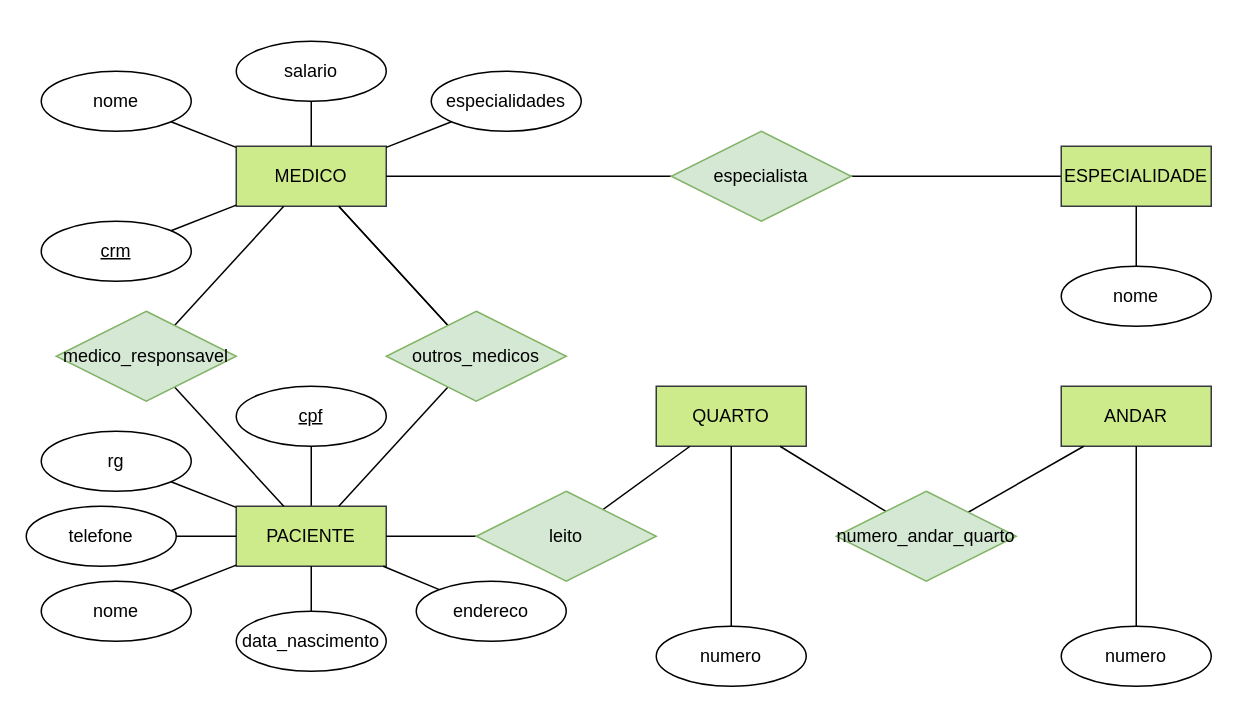
Before: ac1-minimundo-clinica.drawio in AristoEinstein/db-fundamentals, a draw.io diagram. Source tidied: cells renumbered, new cells numbered last; positions are measured from the earlier drawing's top-left corner, leaving out a move shared by most shapes. Both pictures are drawn from the tidied source at 150%, with x=0, y=0 at pixel (26, 40).
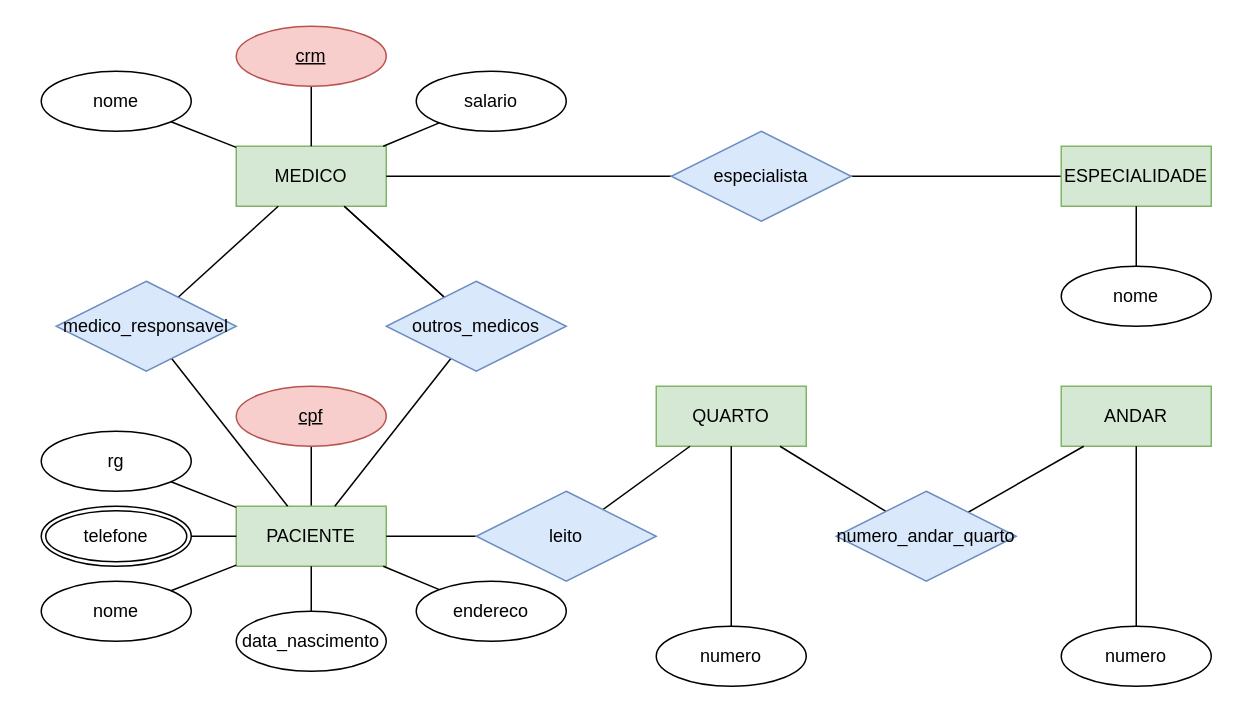
The same diagram, later.

Commit message:
Agora tá pintado

Change to the diagram source:
```diff
@@
-    <mxCell id="2" value="MEDICO" style="whiteSpace=wrap;html=1;align=center;fillColor=#cdeb8b;strokeColor=#36393d;" parent="1" vertex="1">
+    <mxCell id="2" value="MEDICO" style="whiteSpace=wrap;html=1;align=center;fillColor=#d5e8d4;strokeColor=#82b366;" parent="1" vertex="1">
       <mxGeometry x="140" y="70" width="100" height="40" as="geometry" />
     </mxCell>
@@
-    <mxCell id="4" value="PACIENTE" style="whiteSpace=wrap;html=1;align=center;fillColor=#cdeb8b;strokeColor=#36393d;" parent="1" vertex="1">
+    <mxCell id="4" value="PACIENTE" style="whiteSpace=wrap;html=1;align=center;fillColor=#d5e8d4;strokeColor=#82b366;" parent="1" vertex="1">
       <mxGeometry x="140" y="310" width="100" height="40" as="geometry" />
     </mxCell>
@@
-    <mxCell id="6" value="crm" style="ellipse;whiteSpace=wrap;html=1;align=center;fontStyle=4;" parent="1" vertex="1">
-      <mxGeometry x="10" y="120" width="100" height="40" as="geometry" />
+    <mxCell id="6" value="crm" style="ellipse;whiteSpace=wrap;html=1;align=center;fontStyle=4;fillColor=#f8cecc;strokeColor=#b85450;" parent="1" vertex="1">
+      <mxGeometry x="140" y="-10" width="100" height="40" as="geometry" />
     </mxCell>
@@
     <mxCell id="10" value="salario" style="ellipse;whiteSpace=wrap;html=1;align=center;" parent="1" vertex="1">
-      <mxGeometry x="140" width="100" height="40" as="geometry" />
+      <mxGeometry x="260" y="20" width="100" height="40" as="geometry" />
     </mxCell>
@@
-    <mxCell id="12" style="edgeStyle=none;rounded=0;jettySize=auto;html=1;startArrow=none;startFill=0;endArrow=none;endFill=0;" parent="1" edge="1" source="13" target="2">
-      <mxGeometry relative="1" as="geometry" />
-    </mxCell>
-    <mxCell id="13" value="especialidades" style="ellipse;whiteSpace=wrap;html=1;align=center;" parent="1" vertex="1">
-      <mxGeometry x="270" y="20" width="100" height="40" as="geometry" />
-    </mxCell>
@@
-    <mxCell id="20" value="cpf" style="ellipse;whiteSpace=wrap;html=1;align=center;fontStyle=4;" parent="1" vertex="1">
+    <mxCell id="20" value="cpf" style="ellipse;whiteSpace=wrap;html=1;align=center;fontStyle=4;fillColor=#f8cecc;strokeColor=#b85450;" parent="1" vertex="1">
       <mxGeometry x="140" y="230" width="100" height="40" as="geometry" />
     </mxCell>
@@
-    <mxCell id="22" value="ESPECIALIDADE" style="whiteSpace=wrap;html=1;align=center;fillColor=#cdeb8b;strokeColor=#36393d;" parent="1" vertex="1">
+    <mxCell id="22" value="ESPECIALIDADE" style="whiteSpace=wrap;html=1;align=center;fillColor=#d5e8d4;strokeColor=#82b366;" parent="1" vertex="1">
       <mxGeometry x="690" y="70" width="100" height="40" as="geometry" />
     </mxCell>
-    <mxCell id="23" style="edgeStyle=none;rounded=0;jettySize=auto;html=1;startArrow=none;startFill=0;endArrow=none;endFill=0;" parent="1" edge="1" source="24" target="4">
-      <mxGeometry relative="1" as="geometry" />
-    </mxCell>
-    <mxCell id="24" value="telefone" style="ellipse;whiteSpace=wrap;html=1;align=center;" parent="1" vertex="1">
-      <mxGeometry y="310" width="100" height="40" as="geometry" />
-    </mxCell>
@@
-    <mxCell id="27" value="QUARTO" style="whiteSpace=wrap;html=1;align=center;fillColor=#cdeb8b;strokeColor=#36393d;" parent="1" vertex="1">
+    <mxCell id="27" value="QUARTO" style="whiteSpace=wrap;html=1;align=center;fillColor=#d5e8d4;strokeColor=#82b366;" parent="1" vertex="1">
       <mxGeometry x="420" y="230" width="100" height="40" as="geometry" />
     </mxCell>
@@
-    <mxCell id="29" value="especialista" style="shape=rhombus;perimeter=rhombusPerimeter;whiteSpace=wrap;html=1;align=center;fillColor=#d5e8d4;strokeColor=#82b366;" parent="1" vertex="1">
+    <mxCell id="29" value="especialista" style="shape=rhombus;perimeter=rhombusPerimeter;whiteSpace=wrap;html=1;align=center;fillColor=#dae8fc;strokeColor=#6c8ebf;" parent="1" vertex="1">
       <mxGeometry x="430" y="60" width="120" height="60" as="geometry" />
     </mxCell>
@@
-    <mxCell id="32" value="medico_responsavel" style="shape=rhombus;perimeter=rhombusPerimeter;whiteSpace=wrap;html=1;align=center;fillColor=#d5e8d4;strokeColor=#82b366;" parent="1" vertex="1">
-      <mxGeometry x="20" y="180" width="120" height="60" as="geometry" />
+    <mxCell id="32" value="medico_responsavel" style="shape=rhombus;perimeter=rhombusPerimeter;whiteSpace=wrap;html=1;align=center;fillColor=#dae8fc;strokeColor=#6c8ebf;" parent="1" vertex="1">
+      <mxGeometry x="20" y="160" width="120" height="60" as="geometry" />
     </mxCell>
@@
-    <mxCell id="37" value="ANDAR" style="whiteSpace=wrap;html=1;align=center;fillColor=#cdeb8b;strokeColor=#36393d;" parent="1" vertex="1">
+    <mxCell id="37" value="ANDAR" style="whiteSpace=wrap;html=1;align=center;fillColor=#d5e8d4;strokeColor=#82b366;" parent="1" vertex="1">
       <mxGeometry x="690" y="230" width="100" height="40" as="geometry" />
     </mxCell>
@@
-    <mxCell id="40" value="numero_andar_quarto" style="shape=rhombus;perimeter=rhombusPerimeter;whiteSpace=wrap;html=1;align=center;fillColor=#d5e8d4;strokeColor=#82b366;" parent="1" vertex="1">
+    <mxCell id="40" value="numero_andar_quarto" style="shape=rhombus;perimeter=rhombusPerimeter;whiteSpace=wrap;html=1;align=center;fillColor=#dae8fc;strokeColor=#6c8ebf;" parent="1" vertex="1">
       <mxGeometry x="540" y="300" width="120" height="60" as="geometry" />
     </mxCell>
@@
-    <mxCell id="45" value="leito" style="shape=rhombus;perimeter=rhombusPerimeter;whiteSpace=wrap;html=1;align=center;fillColor=#d5e8d4;strokeColor=#82b366;" parent="1" vertex="1">
+    <mxCell id="45" value="leito" style="shape=rhombus;perimeter=rhombusPerimeter;whiteSpace=wrap;html=1;align=center;fillColor=#dae8fc;strokeColor=#6c8ebf;" parent="1" vertex="1">
       <mxGeometry x="300" y="300" width="120" height="60" as="geometry" />
     </mxCell>
@@
-    <mxCell id="48" value="outros_medicos" style="shape=rhombus;perimeter=rhombusPerimeter;whiteSpace=wrap;html=1;align=center;fillColor=#d5e8d4;strokeColor=#82b366;" parent="1" vertex="1">
-      <mxGeometry x="240" y="180" width="120" height="60" as="geometry" />
+    <mxCell id="48" value="outros_medicos" style="shape=rhombus;perimeter=rhombusPerimeter;whiteSpace=wrap;html=1;align=center;fillColor=#dae8fc;strokeColor=#6c8ebf;" parent="1" vertex="1">
+      <mxGeometry x="240" y="160" width="120" height="60" as="geometry" />
     </mxCell>
@@
+    <mxCell id="23" style="edgeStyle=none;rounded=0;jettySize=auto;html=1;startArrow=none;startFill=0;endArrow=none;endFill=0;" parent="1" edge="1" source="24" target="4">
+      <mxGeometry relative="1" as="geometry" />
+    </mxCell>
+    <mxCell id="24" value="telefone" style="ellipse;shape=doubleEllipse;margin=3;whiteSpace=wrap;html=1;align=center;" parent="1" vertex="1">
+      <mxGeometry x="10" y="310" width="100" height="40" as="geometry" />
+    </mxCell>
```
